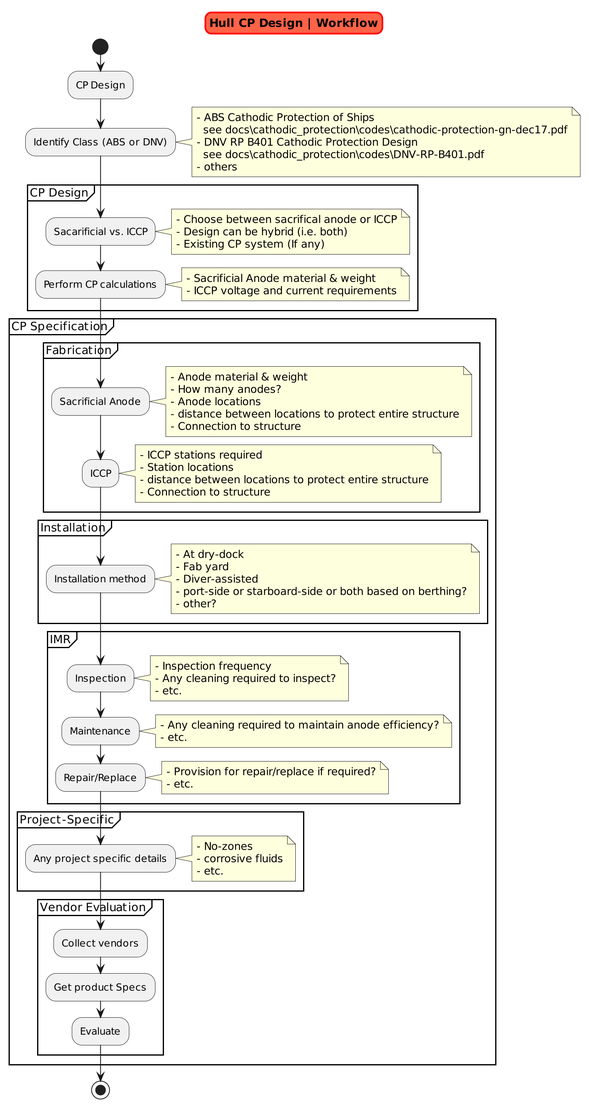
Before: docs/cathodic_protection/cp_highlevel_workflow.png, a diagram exported from PlantUML (vamseeachanta/digitalmodel). Source of this version:
```plantuml
@startuml
scale 2
skinparam titleBorderRoundCorner 15
skinparam titleBorderThickness 2
skinparam titleBorderColor red
skinparam titleBackgroundColor Tomato

title Hull CP Design | Workflow

start
:CP Design;

:Identify Class (ABS or DNV);

  note right
    - ABS Cathodic Protection of Ships
      see docs\cathodic_protection\codes\cathodic-protection-gn-dec17.pdf
    - DNV RP B401 Cathodic Protection Design
      see docs\cathodic_protection\codes\DNV-RP-B401.pdf
    - others
  end note

partition CP Design {
:Sacarificial vs. ICCP;
  note right
    - Choose between sacrifical anode or ICCP
    - Design can be hybrid (i.e. both)
    - Existing CP system (If any)
  end note

:Perform CP calculations;
  note right
    - Sacrificial Anode material & weight
    - ICCP voltage and current requirements
  end note

}

partition CP Specification {

  partition Fabrication {

  :Sacrificial Anode;
    note right
      - Anode material & weight
      - How many anodes?
      - Anode locations
      - distance between locations to protect entire structure
      - Connection to structure
    end note

  :ICCP;
    note right
      - ICCP stations required
      - Station locations
      - distance between locations to protect entire structure
      - Connection to structure
    end note

  }

  partition Installation {

  :Installation method;
    note right
      - At dry-dock
      - Fab yard
      - Diver-assisted
      - port-side or starboard-side or both based on berthing?
      - other?
    end note

  }

  partition IMR {

  :Inspection;
    note right
      - Inspection frequency
      - Any cleaning required to inspect?
      - etc.
    end note

  :Maintenance;
    note right
      - Any cleaning required to maintain anode efficiency?
      - etc.
    end note

  :Repair/Replace;
    note right
      - Provision for repair/replace if required?
      - etc.
    end note

  }

  partition Project-Specific {

  :Any project specific details;
    note right
      - No-zones
      - corrosive fluids
      - etc.
    end note

  }

  partition Vendor Evaluation {

  :Collect vendors;
  :Get product Specs;
  :Evaluate;

  }

}
stop
@enduml
```
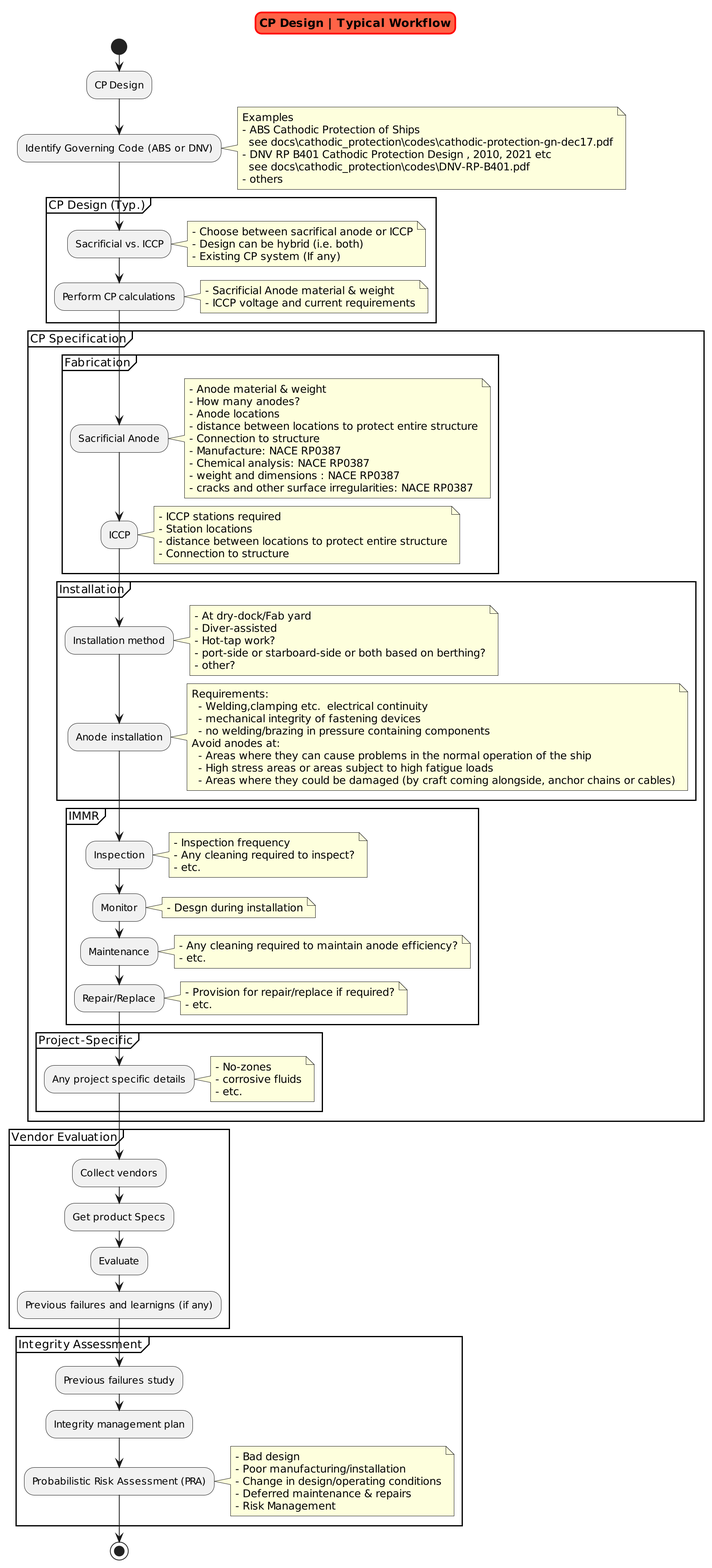
The same diagram one commit later.

Diff of the diagram source:
```diff
@@ -5,23 +5,24 @@
 skinparam titleBorderColor red
 skinparam titleBackgroundColor Tomato
 
-title Hull CP Design | Workflow
+title CP Design | Typical Workflow
 
 start
 :CP Design;
 
-:Identify Class (ABS or DNV);
+:Identify Governing Code (ABS or DNV);
 
   note right
+    Examples
     - ABS Cathodic Protection of Ships
       see docs\cathodic_protection\codes\cathodic-protection-gn-dec17.pdf
-    - DNV RP B401 Cathodic Protection Design
+    - DNV RP B401 Cathodic Protection Design , 2010, 2021 etc
       see docs\cathodic_protection\codes\DNV-RP-B401.pdf
     - others
   end note
 
-partition CP Design {
-:Sacarificial vs. ICCP;
+partition CP Design (Typ.){
+:Sacrificial vs. ICCP;
   note right
     - Choose between sacrifical anode or ICCP
     - Design can be hybrid (i.e. both)
@@ -47,6 +48,10 @@
       - Anode locations
       - distance between locations to protect entire structure
       - Connection to structure
+      - Manufacture: NACE RP0387
+      - Chemical analysis: NACE RP0387
+      - weight and dimensions : NACE RP0387
+      - cracks and other surface irregularities: NACE RP0387
     end note
 
   :ICCP;
@@ -63,22 +68,39 @@
 
   :Installation method;
     note right
-      - At dry-dock
-      - Fab yard
+      - At dry-dock/Fab yard
       - Diver-assisted
+      - Hot-tap work?
       - port-side or starboard-side or both based on berthing?
       - other?
     end note
 
+  :Anode installation;
+    note right
+    Requirements:
+      - Welding,clamping etc.  electrical continuity
+      - mechanical integrity of fastening devices
+      - no welding/brazing in pressure containing components
+    Avoid anodes at:
+      - Areas where they can cause problems in the normal operation of the ship
+      - High stress areas or areas subject to high fatigue loads
+      - Areas where they could be damaged (by craft coming alongside, anchor chains or cables)
+    end note
+
   }
 
-  partition IMR {
+  partition IMMR {
 
   :Inspection;
     note right
       - Inspection frequency
       - Any cleaning required to inspect?
       - etc.
+    end note
+
+  :Monitor;
+    note right
+      - Desgn during installation
     end note
 
   :Maintenance;
@@ -106,14 +128,33 @@
 
   }
 
+}
+
   partition Vendor Evaluation {
 
   :Collect vendors;
   :Get product Specs;
   :Evaluate;
+  :Previous failures and learnigns (if any);
+  }
+
+  partition Integrity Assessment {
+
+  :Previous failures study;
+  :Integrity management plan;
+
+  :Probabilistic Risk Assessment (PRA);
+  note right
+      - Bad design
+      - Poor manufacturing/installation
+      - Change in design/operating conditions
+      - Deferred maintenance & repairs
+      - Risk Management
+    end note
+
 
   }
 
-}
+
 stop
 @enduml
```
